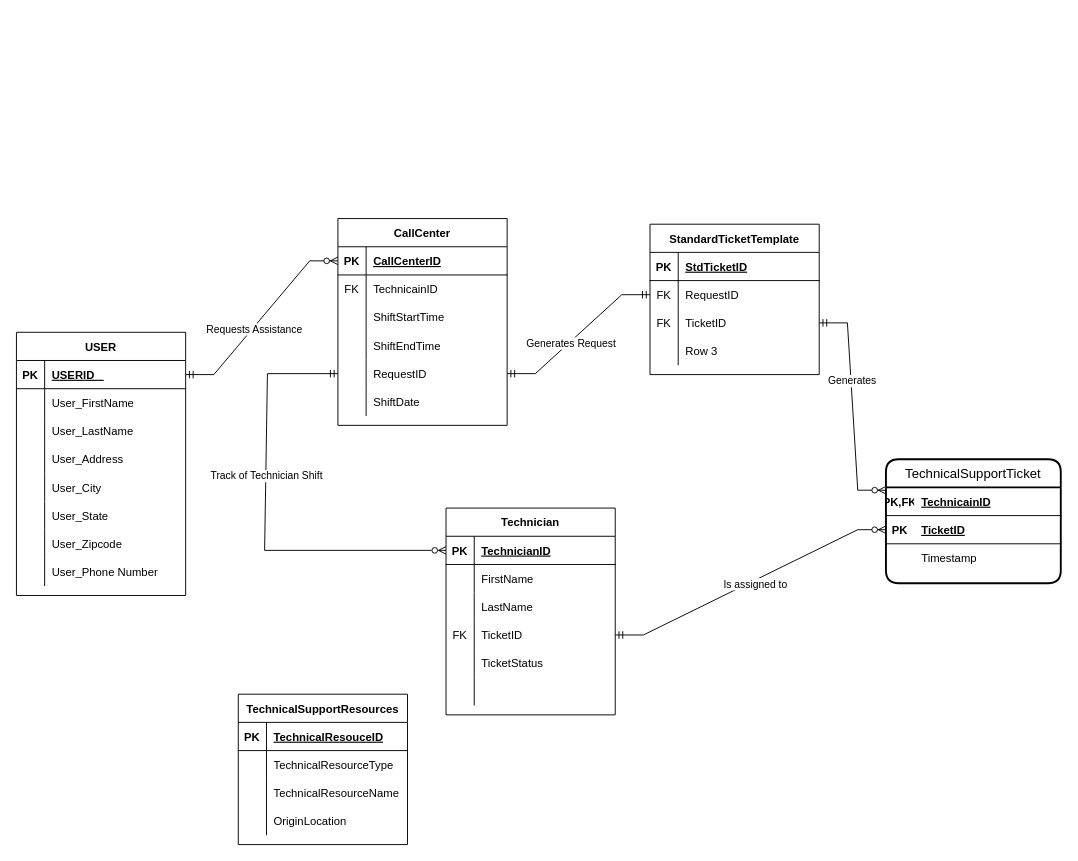
Earlier version of the draw.io diagram rishi.drawio (SakethSai31/EntityDiag). Source tidied: cells renumbered, new cells numbered last; positions are measured from the earlier drawing's top-left corner, leaving out a move shared by most shapes. Both pictures are drawn from the tidied source at 94%, with x=0, y=0 at pixel (16, 218).
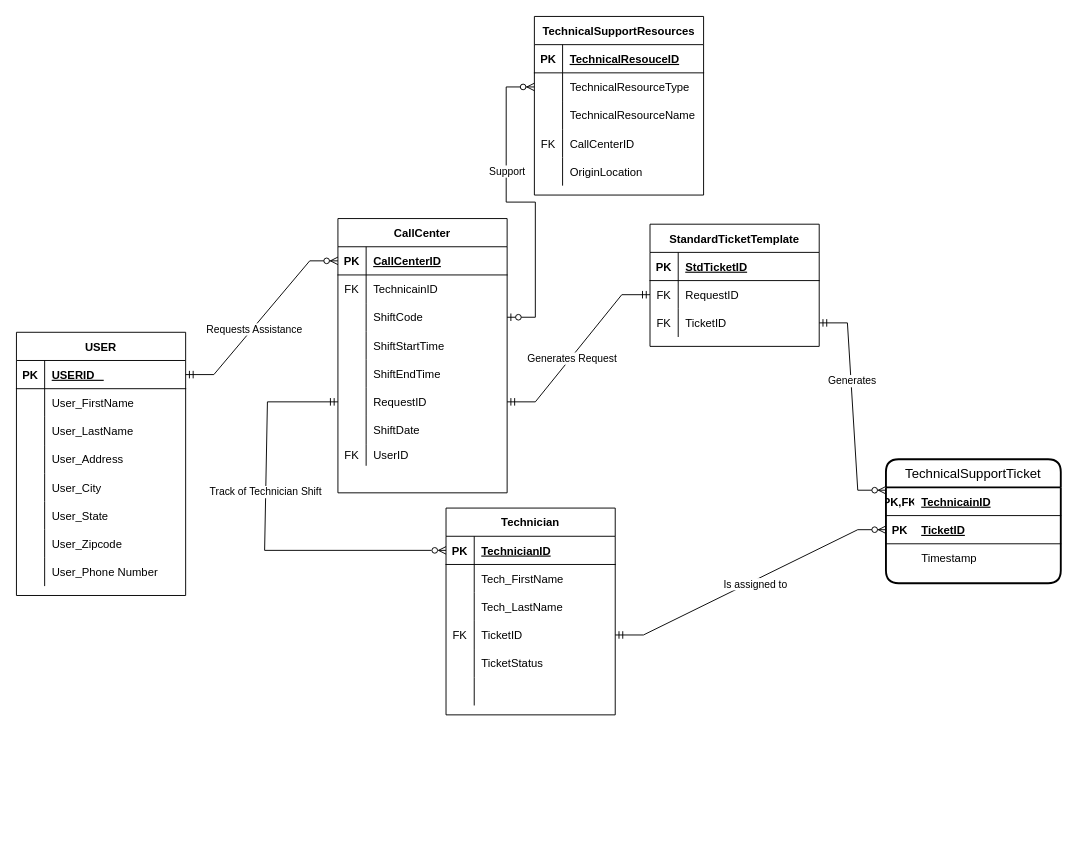
Above is the later version.

Unchanged cells that the change refers to:
```xml
<mxCell id="31" style="shape=tableRow;horizontal=0;startSize=0;swimlaneHead=0;swimlaneBody=0;fillColor=none;points=[[0,0.5],[1,0.5]];portConstraint=eastwest;top=0;left=0;right=0;bottom=0;" parent="27" vertex="1">
  <mxGeometry y="60" width="180" height="30" as="geometry" />
</mxCell>
<mxCell id="41" style="shape=tableRow;horizontal=0;startSize=0;swimlaneHead=0;swimlaneBody=0;fillColor=none;points=[[0,0.5],[1,0.5]];portConstraint=eastwest;top=0;left=0;right=0;bottom=1;" parent="40" vertex="1">
  <mxGeometry y="30" width="180" height="30" as="geometry" />
</mxCell>
<mxCell id="44" style="shape=tableRow;horizontal=0;startSize=0;swimlaneHead=0;swimlaneBody=0;fillColor=none;top=0;left=0;right=0;bottom=0;" parent="40" vertex="1">
  <mxGeometry y="60" width="180" height="30" as="geometry" />
</mxCell>
<mxCell id="47" style="shape=tableRow;horizontal=0;startSize=0;swimlaneHead=0;swimlaneBody=0;fillColor=none;top=0;left=0;right=0;bottom=0;" parent="40" vertex="1">
  <mxGeometry y="90" width="180" height="30" as="geometry" />
</mxCell>
```

The edit, as a diff of the source:
```diff
@@
     <mxCell id="27" value="TechnicalSupportResources" style="shape=table;startSize=30;childLayout=tableLayout;rowLines=0;fontStyle=1;align=center;" parent="1" vertex="1">
-      <mxGeometry x="236" y="506" width="180" height="160" as="geometry" />
+      <mxGeometry x="551" y="-215" width="180" height="190" as="geometry" />
     </mxCell>
@@
+    <mxCell id="103" style="shape=tableRow;horizontal=0;startSize=0;swimlaneHead=0;swimlaneBody=0;fillColor=none;top=0;left=0;right=0;bottom=0;" parent="27" vertex="1">
+      <mxGeometry y="120" width="180" height="30" as="geometry" />
+    </mxCell>
+    <mxCell id="112" value="FK" style="shape=partialRectangle;fillColor=none;top=0;left=0;bottom=0;right=0;fontStyle=0;overflow=hidden;" parent="103" vertex="1">
+      <mxGeometry width="30" height="30" as="geometry" />
+    </mxCell>
+    <mxCell id="113" value="CallCenterID" style="shape=partialRectangle;fillColor=none;top=0;left=0;bottom=0;right=0;align=left;spacingLeft=6;fontStyle=0;overflow=hidden;" parent="103" vertex="1">
+      <mxGeometry x="30" width="150" height="30" as="geometry" />
+    </mxCell>
     <mxCell id="37" style="shape=tableRow;horizontal=0;startSize=0;swimlaneHead=0;swimlaneBody=0;fillColor=none;top=0;left=0;right=0;bottom=0;" parent="27" vertex="1">
-      <mxGeometry y="120" width="180" height="30" as="geometry" />
+      <mxGeometry y="150" width="180" height="30" as="geometry" />
     </mxCell>
@@
-    <mxCell id="46" value="FirstName" style="shape=partialRectangle;fillColor=none;top=0;left=0;bottom=0;right=0;align=left;spacingLeft=6;overflow=hidden;" parent="44" vertex="1">
+    <mxCell id="46" value="Tech_FirstName" style="shape=partialRectangle;fillColor=none;top=0;left=0;bottom=0;right=0;align=left;spacingLeft=6;overflow=hidden;" parent="44" vertex="1">
       <mxGeometry x="30" width="150" height="30" as="geometry" />
     </mxCell>
@@
-    <mxCell id="49" value="LastName" style="shape=partialRectangle;fillColor=none;top=0;left=0;bottom=0;right=0;align=left;spacingLeft=6;overflow=hidden;" parent="47" vertex="1">
+    <mxCell id="49" value="Tech_LastName" style="shape=partialRectangle;fillColor=none;top=0;left=0;bottom=0;right=0;align=left;spacingLeft=6;overflow=hidden;" parent="47" vertex="1">
       <mxGeometry x="30" width="150" height="30" as="geometry" />
     </mxCell>
@@
     <mxCell id="74" value="CallCenter" style="shape=table;startSize=30;childLayout=tableLayout;rowLines=0;fontStyle=1;align=center;" parent="1" vertex="1">
-      <mxGeometry x="342" width="180" height="220" as="geometry" />
+      <mxGeometry x="342" width="180" height="291.8" as="geometry" />
     </mxCell>
@@
+    <mxCell id="114" style="shape=tableRow;horizontal=0;startSize=0;swimlaneHead=0;swimlaneBody=0;fillColor=none;points=[[0,0.5],[1,0.5]];portConstraint=eastwest;top=0;left=0;right=0;bottom=0;" parent="74" vertex="1">
+      <mxGeometry y="90" width="180" height="30" as="geometry" />
+    </mxCell>
+    <mxCell id="104" style="shape=partialRectangle;fillColor=none;top=0;left=0;bottom=0;right=0;overflow=hidden;" parent="114" vertex="1">
+      <mxGeometry width="30" height="30" as="geometry" />
+    </mxCell>
+    <mxCell id="115" value="ShiftCode" style="shape=partialRectangle;fillColor=none;top=0;left=0;bottom=0;right=0;align=left;spacingLeft=6;overflow=hidden;" parent="114" vertex="1">
+      <mxGeometry x="30" width="150" height="30" as="geometry" />
+    </mxCell>
     <mxCell id="81" style="shape=tableRow;horizontal=0;startSize=0;swimlaneHead=0;swimlaneBody=0;fillColor=none;top=0;left=0;right=0;bottom=0;" parent="74" vertex="1">
-      <mxGeometry y="90" width="180" height="30" as="geometry" />
+      <mxGeometry y="120" width="180" height="30" as="geometry" />
     </mxCell>
@@
     <mxCell id="84" style="shape=tableRow;horizontal=0;startSize=0;swimlaneHead=0;swimlaneBody=0;fillColor=none;top=0;left=0;right=0;bottom=0;" parent="74" vertex="1">
-      <mxGeometry y="120" width="180" height="30" as="geometry" />
+      <mxGeometry y="150" width="180" height="30" as="geometry" />
     </mxCell>
@@
     <mxCell id="87" style="shape=tableRow;horizontal=0;startSize=0;swimlaneHead=0;swimlaneBody=0;fillColor=none;points=[[0,0.5],[1,0.5]];portConstraint=eastwest;top=0;left=0;right=0;bottom=0;" parent="74" vertex="1">
-      <mxGeometry y="150" width="180" height="30" as="geometry" />
+      <mxGeometry y="180" width="180" height="30" as="geometry" />
     </mxCell>
@@
     <mxCell id="90" style="shape=tableRow;horizontal=0;startSize=0;swimlaneHead=0;swimlaneBody=0;fillColor=none;top=0;left=0;right=0;bottom=0;" parent="74" vertex="1">
-      <mxGeometry y="180" width="180" height="30" as="geometry" />
+      <mxGeometry y="210" width="180" height="30" as="geometry" />
     </mxCell>
@@
+    <mxCell id="116" style="shape=tableRow;horizontal=0;startSize=0;swimlaneHead=0;swimlaneBody=0;fillColor=none;top=0;left=0;right=0;bottom=0;" parent="74" vertex="1">
+      <mxGeometry y="240" width="180" height="23" as="geometry" />
+    </mxCell>
+    <mxCell id="117" value="FK" style="shape=partialRectangle;fillColor=none;top=0;left=0;bottom=0;right=0;overflow=hidden;" parent="116" vertex="1">
+      <mxGeometry width="30" height="23" as="geometry" />
+    </mxCell>
+    <mxCell id="118" value="UserID" style="shape=partialRectangle;fillColor=none;top=0;left=0;bottom=0;right=0;align=left;spacingLeft=6;overflow=hidden;" parent="116" vertex="1">
+      <mxGeometry x="30" width="150" height="23" as="geometry" />
+    </mxCell>
     <mxCell id="93" value="StandardTicketTemplate" style="shape=table;startSize=30;childLayout=tableLayout;rowLines=0;fontStyle=1;align=center;" parent="1" vertex="1">
-      <mxGeometry x="674" y="6" width="180" height="160" as="geometry" />
+      <mxGeometry x="674" y="6" width="180" height="130" as="geometry" />
     </mxCell>
@@
-    <mxCell id="103" style="shape=tableRow;horizontal=0;startSize=0;swimlaneHead=0;swimlaneBody=0;fillColor=none;top=0;left=0;right=0;bottom=0;" parent="93" vertex="1">
-      <mxGeometry y="120" width="180" height="30" as="geometry" />
-    </mxCell>
-    <mxCell id="104" style="shape=partialRectangle;fillColor=none;top=0;left=0;bottom=0;right=0;overflow=hidden;" parent="103" vertex="1">
-      <mxGeometry width="30" height="30" as="geometry" />
-    </mxCell>
-    <mxCell id="105" value="Row 3" style="shape=partialRectangle;fillColor=none;top=0;left=0;bottom=0;right=0;align=left;spacingLeft=6;overflow=hidden;" parent="103" vertex="1">
-      <mxGeometry x="30" width="150" height="30" as="geometry" />
-    </mxCell>
@@
     <mxCell id="110" style="endArrow=ERzeroToMany;html=1;rounded=0;entryX=0;entryY=0.5;entryDx=0;entryDy=0;exitX=0;exitY=0.5;exitDx=0;exitDy=0;startArrow=ERmandOne;startFill=0;endFill=0;" parent="1" edge="1" source="87" target="41">
       <mxGeometry relative="1" as="geometry">
         <Array as="points">
-          <mxPoint x="267" y="165" />
+          <mxPoint x="267" y="195" />
           <mxPoint x="264" y="353" />
         </Array>
       </mxGeometry>
     </mxCell>
@@
+    <mxCell id="119" style="edgeStyle=entityRelationEdgeStyle;fontSize=12;html=1;endArrow=ERzeroToMany;startArrow=ERzeroToOne;rounded=0;entryX=0;entryY=0.5;entryDx=0;entryDy=0;exitX=1;exitY=0.5;exitDx=0;exitDy=0;" parent="1" edge="1" source="114" target="31">
+      <mxGeometry relative="1" as="geometry" />
+    </mxCell>
+    <mxCell id="120" value="Support" style="edgeLabel;html=1;align=center;verticalAlign=middle;" parent="119" vertex="1">
+      <mxGeometry x="0.29" relative="1" as="geometry" />
+    </mxCell>
```
